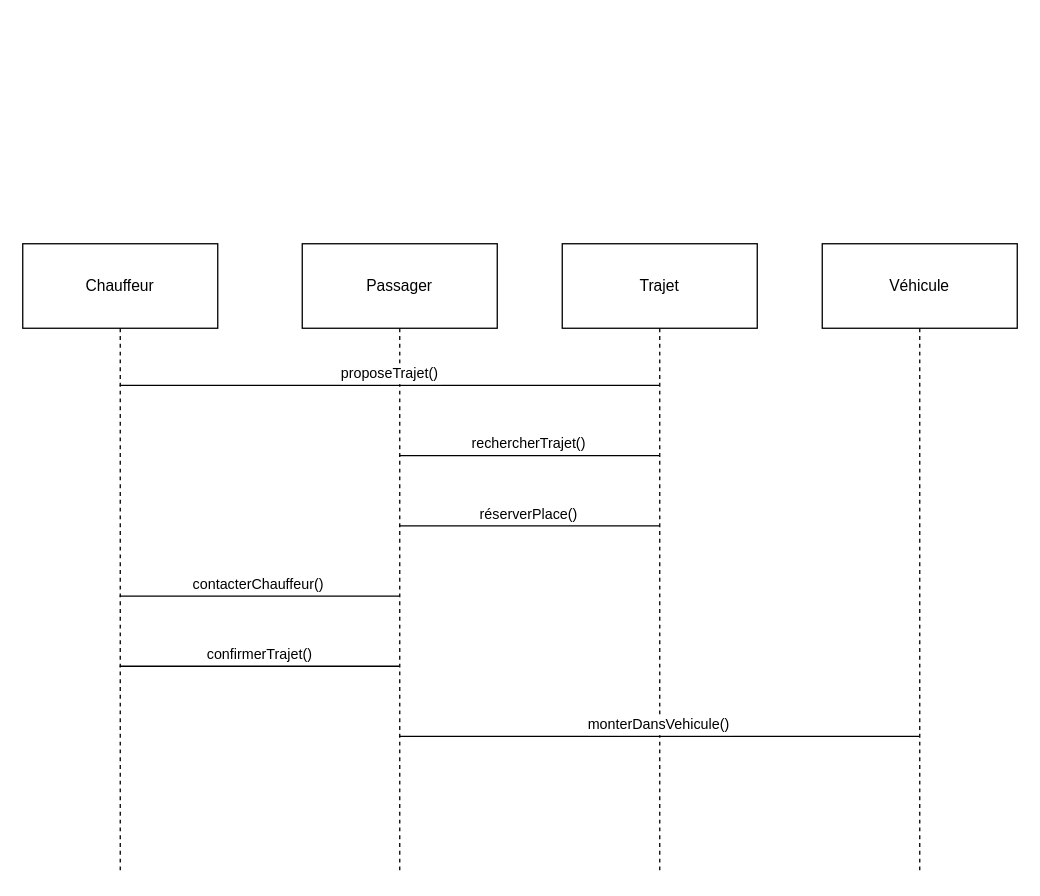
Rachidit/Rachidit keeps this draw.io diagram as Diagramme sans nom.drawio. Above is the earlier version. Source tidied: cells renumbered, new cells numbered last; positions are measured from the earlier drawing's top-left corner, leaving out a move shared by most shapes. Both pictures are drawn from the tidied source at 130%, with x=0, y=0 at pixel (22, 243).
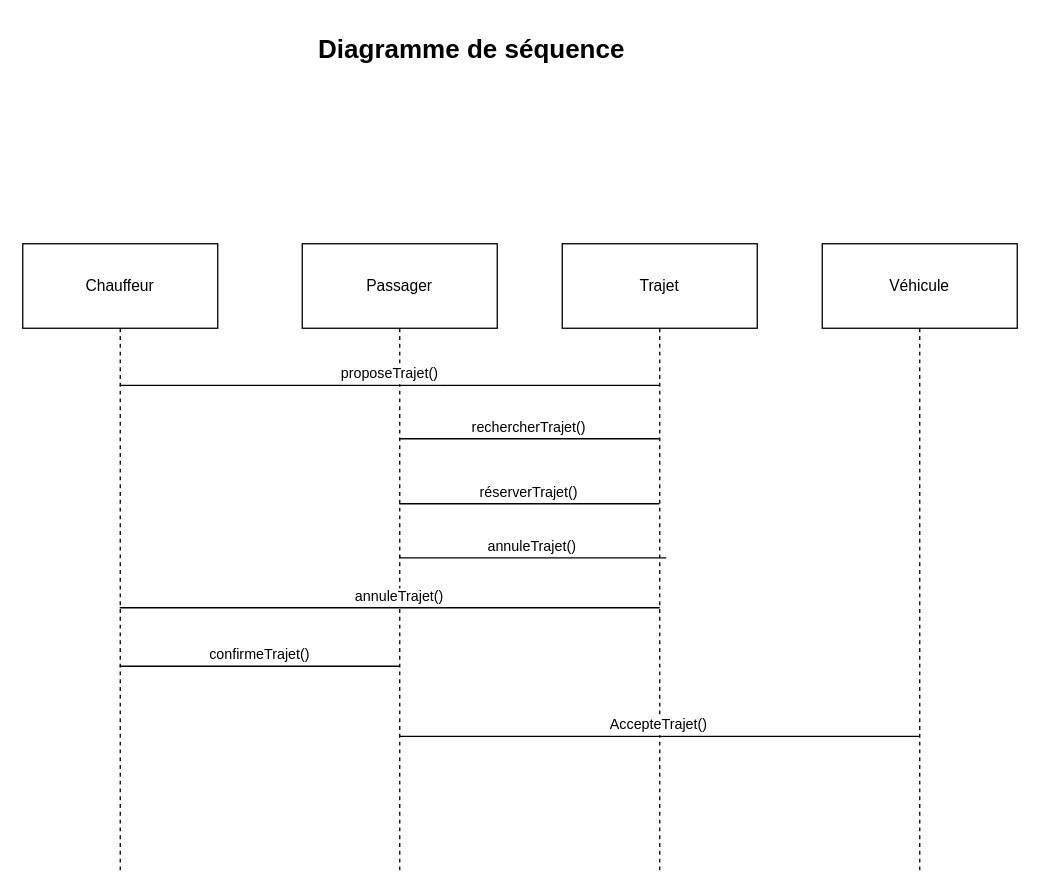
The same page after the edit.

Commit message:
Mettre à jour Diagramme sans nom.drawio

The change refers to these unchanged cells:
```xml
<mxCell id="2" value="Chauffeur" style="shape=umlLifeline;perimeter=lifelinePerimeter;whiteSpace=wrap;outlineConnect=0;portConstraint=eastwest;newEdgeStyle={&quot;edgeStyle&quot;:&quot;elbowEdgeStyle&quot;,&quot;elbow&quot;:&quot;vertical&quot;,&quot;curved&quot;:0,&quot;rounded&quot;:0};size=65;" parent="1" vertex="1">
  <mxGeometry width="150" height="484" as="geometry" />
</mxCell>
<mxCell id="3" value="Passager" style="shape=umlLifeline;perimeter=lifelinePerimeter;whiteSpace=wrap;outlineConnect=0;portConstraint=eastwest;newEdgeStyle={&quot;edgeStyle&quot;:&quot;elbowEdgeStyle&quot;,&quot;elbow&quot;:&quot;vertical&quot;,&quot;curved&quot;:0,&quot;rounded&quot;:0};size=65;" parent="1" vertex="1">
  <mxGeometry x="215" width="150" height="484" as="geometry" />
</mxCell>
<mxCell id="4" value="Trajet" style="shape=umlLifeline;perimeter=lifelinePerimeter;whiteSpace=wrap;outlineConnect=0;portConstraint=eastwest;newEdgeStyle={&quot;edgeStyle&quot;:&quot;elbowEdgeStyle&quot;,&quot;elbow&quot;:&quot;vertical&quot;,&quot;curved&quot;:0,&quot;rounded&quot;:0};size=65;" parent="1" vertex="1">
  <mxGeometry x="415" width="150" height="484" as="geometry" />
</mxCell>
<mxCell id="5" value="Véhicule" style="shape=umlLifeline;perimeter=lifelinePerimeter;whiteSpace=wrap;outlineConnect=0;portConstraint=eastwest;newEdgeStyle={&quot;edgeStyle&quot;:&quot;elbowEdgeStyle&quot;,&quot;elbow&quot;:&quot;vertical&quot;,&quot;curved&quot;:0,&quot;rounded&quot;:0};size=65;" parent="1" vertex="1">
  <mxGeometry x="615" width="150" height="484" as="geometry" />
</mxCell>
```

What changed in the source:
```diff
@@
-    <mxCell id="7" value="rechercherTrajet()" style="verticalAlign=bottom;edgeStyle=elbowEdgeStyle;elbow=vertical;curved=0;rounded=0;endArrow=none;" parent="1" edge="1" source="3" target="4">
+    <mxCell id="7" value="rechercherTrajet()" style="verticalAlign=bottom;edgeStyle=elbowEdgeStyle;elbow=vertical;curved=0;rounded=0;endArrow=none;" parent="1" edge="1">
       <mxGeometry relative="1" as="geometry">
+        <mxPoint x="289.6" y="150" as="sourcePoint" />
+        <mxPoint x="489.5" y="150" as="targetPoint" />
         <Array as="points">
-          <mxPoint x="400" y="163" />
+          <mxPoint x="400" y="150" />
         </Array>
       </mxGeometry>
     </mxCell>
-    <mxCell id="8" value="réserverPlace()" style="verticalAlign=bottom;edgeStyle=elbowEdgeStyle;elbow=vertical;curved=0;rounded=0;endArrow=none;" parent="1" edge="1" source="3" target="4">
+    <mxCell id="8" value="réserverTrajet()" style="verticalAlign=bottom;edgeStyle=elbowEdgeStyle;elbow=vertical;curved=0;rounded=0;endArrow=none;" parent="1" edge="1">
       <mxGeometry relative="1" as="geometry">
+        <mxPoint x="289.6" y="200" as="sourcePoint" />
+        <mxPoint x="489.5" y="200" as="targetPoint" />
         <Array as="points">
-          <mxPoint x="400" y="217" />
+          <mxPoint x="400" y="200" />
         </Array>
       </mxGeometry>
     </mxCell>
-    <mxCell id="9" value="contacterChauffeur()" style="verticalAlign=bottom;edgeStyle=elbowEdgeStyle;elbow=vertical;curved=0;rounded=0;endArrow=none;" parent="1" edge="1" source="3" target="2">
-      <mxGeometry relative="1" as="geometry">
+    <mxCell id="9" value="annuleTrajet()" style="verticalAlign=bottom;edgeStyle=elbowEdgeStyle;elbow=vertical;curved=0;rounded=0;endArrow=none;" parent="1" edge="1">
+      <mxGeometry x="0.29" relative="1" as="geometry">
+        <mxPoint x="300" y="280" as="sourcePoint" />
+        <mxPoint x="74.6" y="280" as="targetPoint" />
         <Array as="points">
-          <mxPoint x="193" y="271" />
+          <mxPoint x="490" y="280" />
         </Array>
       </mxGeometry>
     </mxCell>
-    <mxCell id="10" value="confirmerTrajet()" style="verticalAlign=bottom;edgeStyle=elbowEdgeStyle;elbow=vertical;curved=0;rounded=0;endArrow=none;" parent="1" edge="1" source="2" target="3">
+    <mxCell id="10" value="confirmeTrajet()" style="verticalAlign=bottom;edgeStyle=elbowEdgeStyle;elbow=vertical;curved=0;rounded=0;endArrow=none;" parent="1" edge="1" source="2" target="3">
       <mxGeometry relative="1" as="geometry">
         <Array as="points">
           <mxPoint x="193" y="325" />
         </Array>
       </mxGeometry>
     </mxCell>
-    <mxCell id="11" value="monterDansVehicule()" style="verticalAlign=bottom;edgeStyle=elbowEdgeStyle;elbow=vertical;curved=0;rounded=0;endArrow=none;" parent="1" edge="1" source="3" target="5">
+    <mxCell id="11" value="AccepteTrajet()" style="verticalAlign=bottom;edgeStyle=elbowEdgeStyle;elbow=vertical;curved=0;rounded=0;endArrow=none;" parent="1" edge="1" source="3" target="5">
       <mxGeometry relative="1" as="geometry">
         <Array as="points">
           <mxPoint x="500" y="379" />
         </Array>
       </mxGeometry>
     </mxCell>
+    <mxCell id="12" value="annuleTrajet()" style="verticalAlign=bottom;edgeStyle=elbowEdgeStyle;elbow=vertical;curved=0;rounded=0;endArrow=none;" parent="1" edge="1">
+      <mxGeometry relative="1" as="geometry">
+        <mxPoint x="495" y="241.6" as="sourcePoint" />
+        <mxPoint x="290" y="240" as="targetPoint" />
+        <Array as="points">
+          <mxPoint x="398" y="241.6" />
+        </Array>
+      </mxGeometry>
+    </mxCell>
+    <mxCell id="13" value="&lt;font style=&quot;font-size: 20px;&quot;&gt;&lt;b&gt;Diagramme de séquence&lt;/b&gt;&lt;/font&gt;" style="text;html=1;align=center;verticalAlign=middle;strokeColor=none;fillColor=none;" parent="1" vertex="1">
+      <mxGeometry x="215" y="-170" width="260" height="40" as="geometry" />
+    </mxCell>
```
